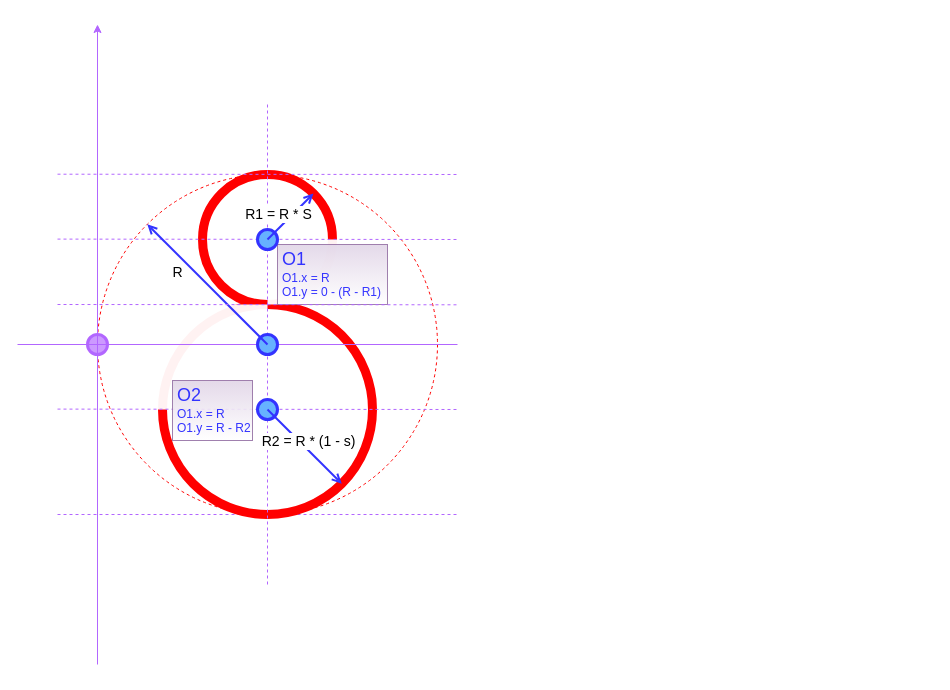
This is page "s" (5 of 6) of design/mobius-sketch.drawio from mobiuslab/moovi, a draw.io file, before an edit. Source tidied: cells renumbered, new cells numbered last; positions are measured from the earlier drawing's top-left corner, leaving out a move shared by most shapes. Both pictures are drawn from the tidied source at 100%, with x=0, y=0 at pixel (17, 24).
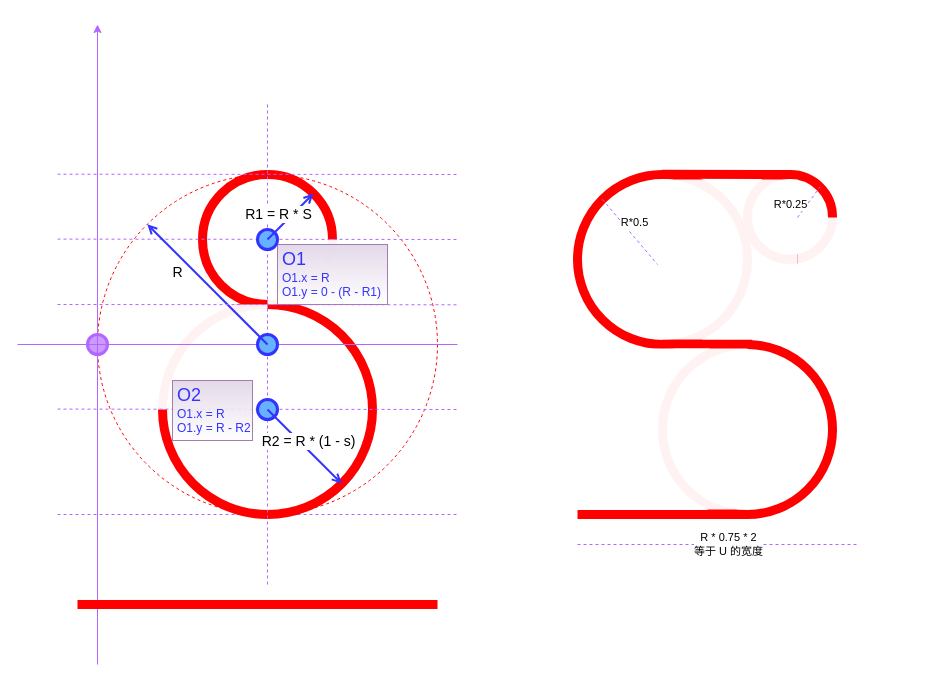
The same diagram, later.

What changed in the source:
```diff
@@
+    <mxCell id="29" style="endArrow=none;html=1;rounded=0;fontSize=18;fontColor=#3333FF;strokeColor=#FF0000;strokeWidth=9;exitX=0.5;exitY=0;exitDx=0;exitDy=0;" parent="1" edge="1" source="36">
+      <mxGeometry relative="1" as="geometry">
+        <mxPoint x="645" y="149.8" as="targetPoint" />
+      </mxGeometry>
+    </mxCell>
+    <mxCell id="30" style="ellipse;whiteSpace=wrap;html=1;fillColor=none;strokeWidth=9;strokeColor=#FF0000;gradientColor=none;gradientDirection=west;" parent="1" vertex="1">
+      <mxGeometry x="560" y="150" width="170" height="170" as="geometry" />
+    </mxCell>
+    <mxCell id="31" style="endArrow=none;html=1;rounded=0;fontSize=18;fontColor=#3333FF;strokeColor=#FF0000;strokeWidth=9;" parent="1" edge="1">
+      <mxGeometry relative="1" as="geometry">
+        <mxPoint x="734.7" y="319.4" as="sourcePoint" />
+        <mxPoint x="645" y="319.4" as="targetPoint" />
+      </mxGeometry>
+    </mxCell>
+    <mxCell id="32" style="endArrow=none;html=1;rounded=0;fontSize=18;fontColor=#3333FF;strokeColor=#FF0000;strokeWidth=9;" parent="1" edge="1">
+      <mxGeometry relative="1" as="geometry">
+        <mxPoint x="420" y="580" as="sourcePoint" />
+        <mxPoint x="60" y="580" as="targetPoint" />
+      </mxGeometry>
+    </mxCell>
+    <mxCell id="33" style="ellipse;whiteSpace=wrap;html=1;fillColor=none;strokeWidth=9;strokeColor=#FF0000;gradientColor=none;gradientDirection=west;" parent="1" vertex="1">
+      <mxGeometry x="645" y="320" width="170" height="170" as="geometry" />
+    </mxCell>
+    <mxCell id="34" style="endArrow=none;html=1;rounded=0;fontSize=18;fontColor=#3333FF;strokeColor=#FF0000;strokeWidth=9;" parent="1" edge="1">
+      <mxGeometry relative="1" as="geometry">
+        <mxPoint x="730" y="490" as="sourcePoint" />
+        <mxPoint x="560" y="490" as="targetPoint" />
+      </mxGeometry>
+    </mxCell>
+    <mxCell id="35" style="rounded=0;whiteSpace=wrap;html=1;fontSize=18;fontColor=#3333FF;strokeColor=none;strokeWidth=3;fillColor=#FFFFFF;gradientColor=none;opacity=95;" parent="1" vertex="1">
+      <mxGeometry x="570" y="324" width="160" height="161" as="geometry" />
+    </mxCell>
+    <mxCell id="36" style="ellipse;whiteSpace=wrap;html=1;fillColor=none;strokeWidth=9;strokeColor=#FF0000;gradientColor=none;gradientDirection=west;" parent="1" vertex="1">
+      <mxGeometry x="730" y="150" width="85" height="85" as="geometry" />
+    </mxCell>
+    <mxCell id="37" style="rounded=0;whiteSpace=wrap;html=1;fontSize=18;fontColor=#3333FF;strokeColor=none;strokeWidth=3;fillColor=#FFFFFF;gradientColor=none;opacity=95;" parent="1" vertex="1">
+      <mxGeometry x="645" y="155" width="135" height="160" as="geometry" />
+    </mxCell>
+    <mxCell id="38" style="rounded=0;whiteSpace=wrap;html=1;fontSize=18;fontColor=#3333FF;strokeColor=none;strokeWidth=3;fillColor=#FFFFFF;gradientColor=none;opacity=95;" parent="1" vertex="1">
+      <mxGeometry x="780" y="193" width="135" height="67" as="geometry" />
+    </mxCell>
+    <mxCell id="39" style="endArrow=none;html=1;rounded=0;dashed=1;strokeColor=#B266FF;exitX=0;exitY=0;exitDx=0;exitDy=0;" parent="1" edge="1" source="30">
+      <mxGeometry relative="1" as="geometry">
+        <mxPoint x="640" y="240" as="targetPoint" />
+      </mxGeometry>
+    </mxCell>
+    <mxCell id="40" value="R*0.5" style="edgeLabel;html=1;align=center;verticalAlign=middle;" parent="39" vertex="1">
+      <mxGeometry x="-0.33" relative="1" as="geometry">
+        <mxPoint x="13" as="offset" />
+      </mxGeometry>
+    </mxCell>
+    <mxCell id="41" style="endArrow=none;html=1;rounded=0;dashed=1;strokeColor=#B266FF;exitX=0;exitY=0;exitDx=0;exitDy=0;entryX=1;entryY=0;entryDx=0;entryDy=0;" parent="1" edge="1" source="38" target="36">
+      <mxGeometry relative="1" as="geometry" />
+    </mxCell>
+    <mxCell id="42" value="R*0.25" style="edgeLabel;html=1;align=center;verticalAlign=middle;" parent="41" vertex="1">
+      <mxGeometry x="-0.33" relative="1" as="geometry">
+        <mxPoint x="-15" y="-3" as="offset" />
+      </mxGeometry>
+    </mxCell>
+    <mxCell id="43" style="endArrow=none;html=1;rounded=0;dashed=1;strokeColor=#B266FF;" parent="1" edge="1">
+      <mxGeometry relative="1" as="geometry">
+        <mxPoint x="560" y="520" as="sourcePoint" />
+        <mxPoint x="840" y="520" as="targetPoint" />
+      </mxGeometry>
+    </mxCell>
+    <mxCell id="44" value="R * 0.75 * 2&lt;br&gt;等于 U&amp;nbsp;的宽度" style="edgeLabel;html=1;align=center;verticalAlign=middle;" parent="43" vertex="1">
+      <mxGeometry x="0.07" y="1" relative="1" as="geometry" />
+    </mxCell>
```
